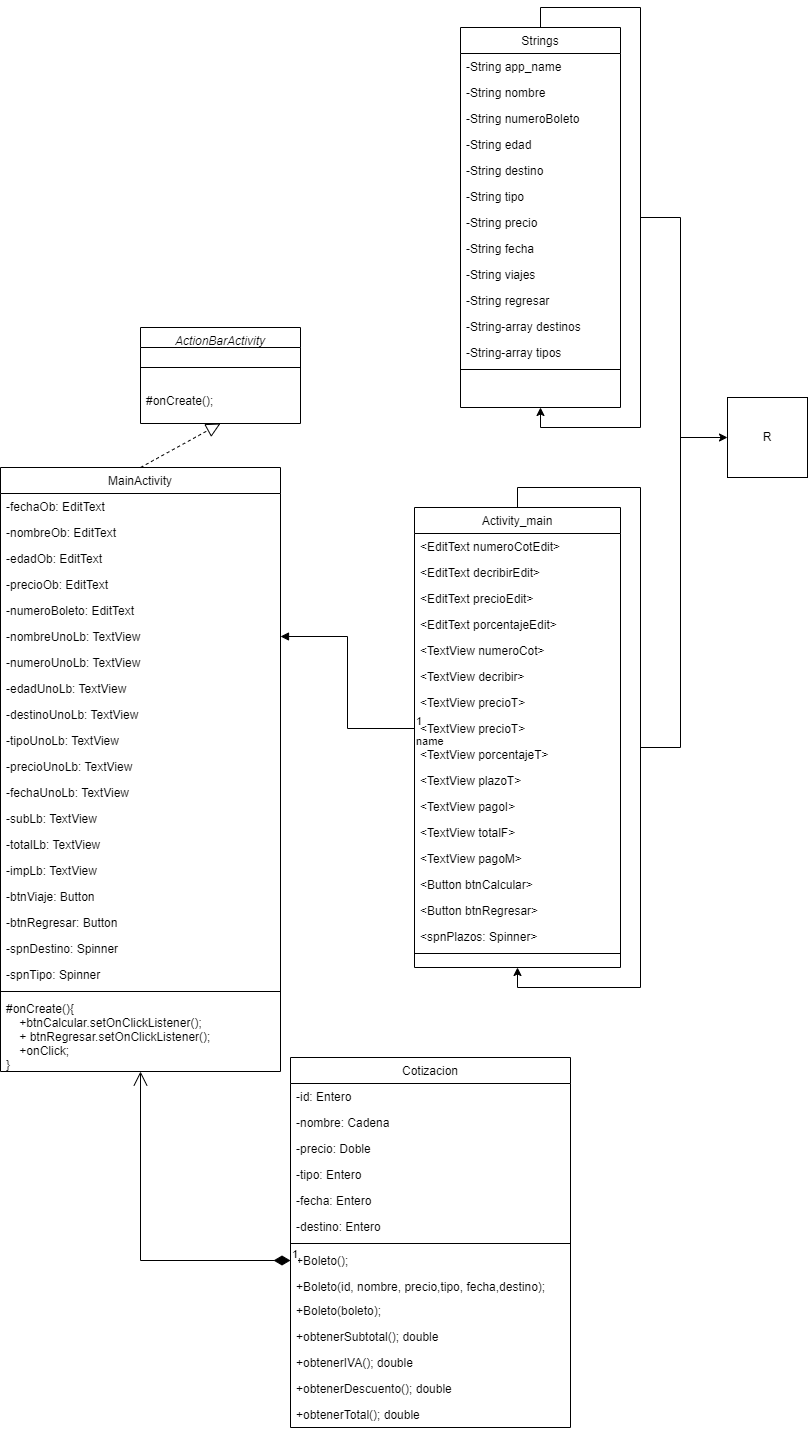
Before: DiagramaBoletos.drawio.png, a diagram exported from draw.io (eRick0191/BoletosApp). Source tidied: cells renumbered, new cells last; positions are measured from the earlier drawing's top-left corner, leaving out a move shared by most shapes.
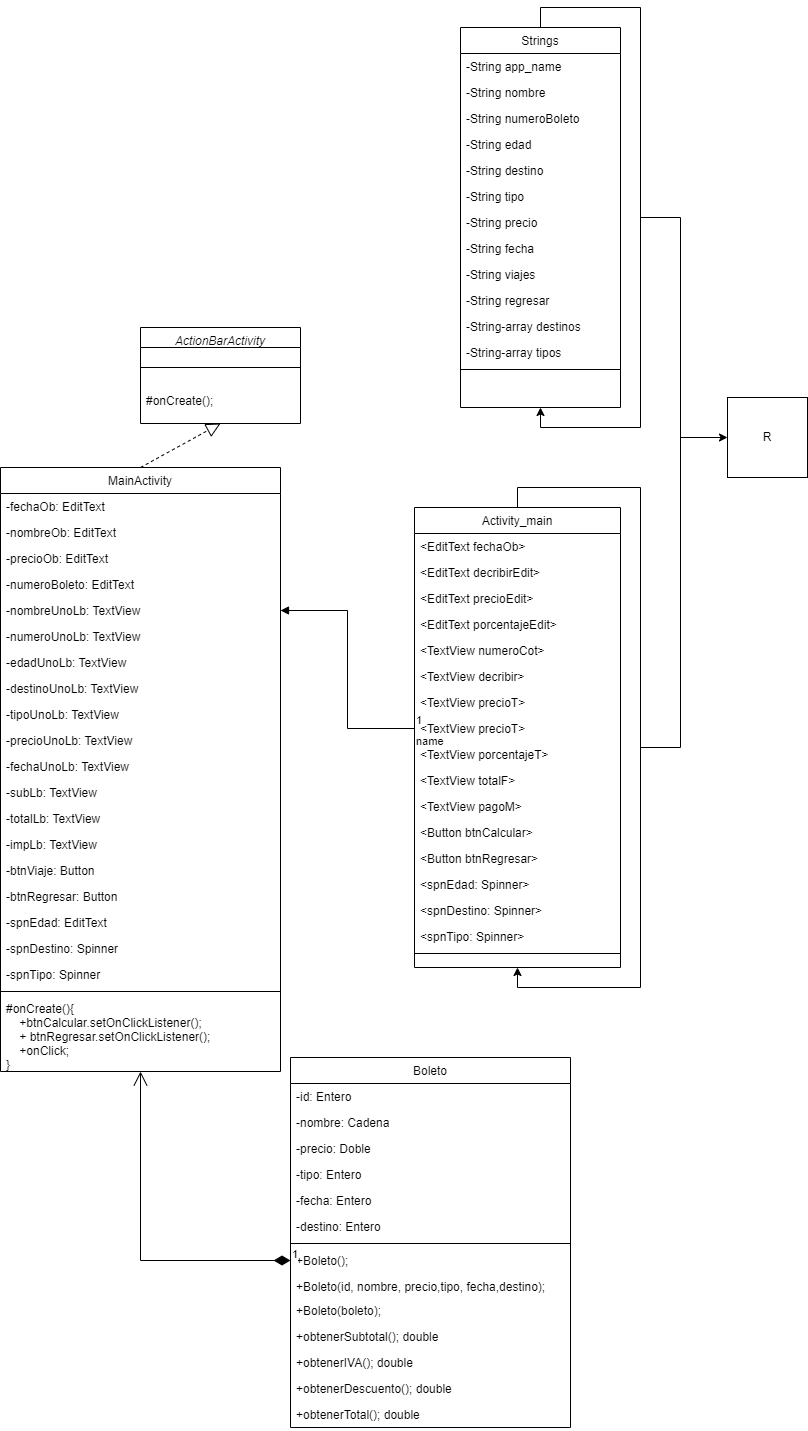
After the change.

Diff of the diagram source:
```diff
@@ -14,7 +14,7 @@
     <mxCell id="5" value="Activity_main" style="swimlane;fontStyle=0;align=center;verticalAlign=top;horizontal=1;startSize=26;rounded=0;shadow=0;strokeWidth=1;" parent="1" vertex="1">
       <mxGeometry x="414" y="480" width="206" height="460" as="geometry" />
     </mxCell>
-    <mxCell id="6" value="&lt;EditText numeroCotEdit&gt;" style="text;align=left;verticalAlign=top;spacingLeft=4;spacingRight=4;overflow=hidden;" parent="5" vertex="1">
+    <mxCell id="6" value="&lt;EditText fechaOb&gt;" style="text;align=left;verticalAlign=top;spacingLeft=4;spacingRight=4;overflow=hidden;" parent="5" vertex="1">
       <mxGeometry y="26" width="206" height="26" as="geometry" />
     </mxCell>
     <mxCell id="7" value="&lt;EditText decribirEdit&gt;" style="text;align=left;verticalAlign=top;spacingLeft=4;spacingRight=4;overflow=hidden;" parent="5" vertex="1">
@@ -41,31 +41,31 @@
     <mxCell id="14" value="&lt;TextView porcentajeT&gt;" style="text;align=left;verticalAlign=top;spacingLeft=4;spacingRight=4;overflow=hidden;" parent="5" vertex="1">
       <mxGeometry y="234" width="206" height="26" as="geometry" />
     </mxCell>
-    <mxCell id="15" value="&lt;TextView plazoT&gt;" style="text;align=left;verticalAlign=top;spacingLeft=4;spacingRight=4;overflow=hidden;" parent="5" vertex="1">
-      <mxGeometry y="260" width="206" height="26" as="geometry" />
-    </mxCell>
-    <mxCell id="16" value="&lt;TextView pagoI&gt;" style="text;align=left;verticalAlign=top;spacingLeft=4;spacingRight=4;overflow=hidden;" parent="5" vertex="1">
-      <mxGeometry y="286" width="206" height="26" as="geometry" />
-    </mxCell>
     <mxCell id="17" value="&lt;TextView totalF&gt;" style="text;align=left;verticalAlign=top;spacingLeft=4;spacingRight=4;overflow=hidden;" parent="5" vertex="1">
-      <mxGeometry y="312" width="206" height="26" as="geometry" />
+      <mxGeometry y="260" width="206" height="26" as="geometry" />
     </mxCell>
     <mxCell id="18" value="&lt;TextView pagoM&gt;" style="text;align=left;verticalAlign=top;spacingLeft=4;spacingRight=4;overflow=hidden;" parent="5" vertex="1">
-      <mxGeometry y="338" width="206" height="26" as="geometry" />
+      <mxGeometry y="286" width="206" height="26" as="geometry" />
     </mxCell>
     <mxCell id="19" value="&lt;Button btnCalcular&gt;" style="text;align=left;verticalAlign=top;spacingLeft=4;spacingRight=4;overflow=hidden;" parent="5" vertex="1">
-      <mxGeometry y="364" width="206" height="26" as="geometry" />
+      <mxGeometry y="312" width="206" height="26" as="geometry" />
     </mxCell>
     <mxCell id="20" value="&lt;Button btnRegresar&gt;" style="text;align=left;verticalAlign=top;spacingLeft=4;spacingRight=4;overflow=hidden;" parent="5" vertex="1">
-      <mxGeometry y="390" width="206" height="26" as="geometry" />
+      <mxGeometry y="338" width="206" height="26" as="geometry" />
     </mxCell>
-    <mxCell id="21" value="&lt;spnPlazos: Spinner&gt;" style="text;align=left;verticalAlign=top;spacingLeft=4;spacingRight=4;overflow=hidden;" parent="5" vertex="1">
-      <mxGeometry y="416" width="206" height="26" as="geometry" />
+    <mxCell id="21" value="&lt;spnEdad: Spinner&gt;" style="text;align=left;verticalAlign=top;spacingLeft=4;spacingRight=4;overflow=hidden;" parent="5" vertex="1">
+      <mxGeometry y="364" width="206" height="26" as="geometry" />
     </mxCell>
+    <mxCell id="86" value="&lt;spnDestino: Spinner&gt;" style="text;align=left;verticalAlign=top;spacingLeft=4;spacingRight=4;overflow=hidden;" parent="5" vertex="1">
+      <mxGeometry y="390" width="206" height="26" as="geometry" />
+    </mxCell>
+    <mxCell id="87" value="&lt;spnTipo: Spinner&gt;" style="text;align=left;verticalAlign=top;spacingLeft=4;spacingRight=4;overflow=hidden;" parent="5" vertex="1">
+      <mxGeometry y="416" width="206" height="26" as="geometry" />
+    </mxCell>
     <mxCell id="22" style="line;html=1;strokeWidth=1;align=left;verticalAlign=middle;spacingTop=-1;spacingLeft=3;spacingRight=3;labelPosition=right;" parent="5" vertex="1">
       <mxGeometry y="442" width="206" height="8" as="geometry" />
     </mxCell>
-    <mxCell id="23" value="Cotizacion" style="swimlane;fontStyle=0;align=center;verticalAlign=top;horizontal=1;startSize=26;rounded=0;shadow=0;strokeWidth=1;" parent="1" vertex="1">
+    <mxCell id="23" value="Boleto" style="swimlane;fontStyle=0;align=center;verticalAlign=top;horizontal=1;startSize=26;rounded=0;shadow=0;strokeWidth=1;" parent="1" vertex="1">
       <mxGeometry x="290" y="1030" width="280" height="370" as="geometry" />
     </mxCell>
     <mxCell id="24" value="-id: Entero" style="text;align=left;verticalAlign=top;spacingLeft=4;spacingRight=4;overflow=hidden;" parent="23" vertex="1">
@@ -119,51 +119,51 @@
     <mxCell id="40" value="-nombreOb: EditText" style="text;align=left;verticalAlign=top;spacingLeft=4;spacingRight=4;overflow=hidden;" parent="38" vertex="1">
       <mxGeometry y="52" width="280" height="26" as="geometry" />
     </mxCell>
-    <mxCell id="41" value="-edadOb: EditText" style="text;align=left;verticalAlign=top;spacingLeft=4;spacingRight=4;overflow=hidden;" parent="38" vertex="1">
-      <mxGeometry y="78" width="280" height="26" as="geometry" />
-    </mxCell>
     <mxCell id="42" value="-precioOb: EditText" style="text;align=left;verticalAlign=top;spacingLeft=4;spacingRight=4;overflow=hidden;" parent="38" vertex="1">
-      <mxGeometry y="104" width="280" height="26" as="geometry" />
+      <mxGeometry y="78" width="280" height="26" as="geometry" />
     </mxCell>
     <mxCell id="43" value="-numeroBoleto: EditText" style="text;align=left;verticalAlign=top;spacingLeft=4;spacingRight=4;overflow=hidden;" parent="38" vertex="1">
-      <mxGeometry y="130" width="280" height="26" as="geometry" />
+      <mxGeometry y="104" width="280" height="26" as="geometry" />
     </mxCell>
     <mxCell id="44" value="-nombreUnoLb: TextView" style="text;align=left;verticalAlign=top;spacingLeft=4;spacingRight=4;overflow=hidden;points=[[0,0.5],[1,0.5]];portConstraint=eastwest;" parent="38" vertex="1">
-      <mxGeometry y="156" width="280" height="26" as="geometry" />
+      <mxGeometry y="130" width="280" height="26" as="geometry" />
     </mxCell>
     <mxCell id="45" value="-numeroUnoLb: TextView" style="text;align=left;verticalAlign=top;spacingLeft=4;spacingRight=4;overflow=hidden;" parent="38" vertex="1">
-      <mxGeometry y="182" width="280" height="26" as="geometry" />
+      <mxGeometry y="156" width="280" height="26" as="geometry" />
     </mxCell>
     <mxCell id="46" value="-edadUnoLb: TextView" style="text;align=left;verticalAlign=top;spacingLeft=4;spacingRight=4;overflow=hidden;" parent="38" vertex="1">
-      <mxGeometry y="208" width="280" height="26" as="geometry" />
+      <mxGeometry y="182" width="280" height="26" as="geometry" />
     </mxCell>
     <mxCell id="47" value="-destinoUnoLb: TextView" style="text;align=left;verticalAlign=top;spacingLeft=4;spacingRight=4;overflow=hidden;" parent="38" vertex="1">
-      <mxGeometry y="234" width="280" height="26" as="geometry" />
+      <mxGeometry y="208" width="280" height="26" as="geometry" />
     </mxCell>
     <mxCell id="48" value="-tipoUnoLb: TextView" style="text;align=left;verticalAlign=top;spacingLeft=4;spacingRight=4;overflow=hidden;" parent="38" vertex="1">
-      <mxGeometry y="260" width="280" height="26" as="geometry" />
+      <mxGeometry y="234" width="280" height="26" as="geometry" />
     </mxCell>
     <mxCell id="49" value="-precioUnoLb: TextView" style="text;align=left;verticalAlign=top;spacingLeft=4;spacingRight=4;overflow=hidden;" parent="38" vertex="1">
-      <mxGeometry y="286" width="280" height="26" as="geometry" />
+      <mxGeometry y="260" width="280" height="26" as="geometry" />
     </mxCell>
     <mxCell id="50" value="-fechaUnoLb: TextView" style="text;align=left;verticalAlign=top;spacingLeft=4;spacingRight=4;overflow=hidden;" parent="38" vertex="1">
-      <mxGeometry y="312" width="280" height="26" as="geometry" />
+      <mxGeometry y="286" width="280" height="26" as="geometry" />
     </mxCell>
     <mxCell id="51" value="-subLb: TextView" style="text;align=left;verticalAlign=top;spacingLeft=4;spacingRight=4;overflow=hidden;" parent="38" vertex="1">
-      <mxGeometry y="338" width="280" height="26" as="geometry" />
+      <mxGeometry y="312" width="280" height="26" as="geometry" />
     </mxCell>
     <mxCell id="52" value="-totalLb: TextView" style="text;align=left;verticalAlign=top;spacingLeft=4;spacingRight=4;overflow=hidden;" parent="38" vertex="1">
-      <mxGeometry y="364" width="280" height="26" as="geometry" />
+      <mxGeometry y="338" width="280" height="26" as="geometry" />
     </mxCell>
     <mxCell id="53" value="-impLb: TextView" style="text;align=left;verticalAlign=top;spacingLeft=4;spacingRight=4;overflow=hidden;" parent="38" vertex="1">
-      <mxGeometry y="390" width="280" height="26" as="geometry" />
+      <mxGeometry y="364" width="280" height="26" as="geometry" />
     </mxCell>
     <mxCell id="54" value="-btnViaje: Button" style="text;align=left;verticalAlign=top;spacingLeft=4;spacingRight=4;overflow=hidden;" parent="38" vertex="1">
-      <mxGeometry y="416" width="280" height="26" as="geometry" />
+      <mxGeometry y="390" width="280" height="26" as="geometry" />
     </mxCell>
     <mxCell id="55" value="-btnRegresar: Button" style="text;align=left;verticalAlign=top;spacingLeft=4;spacingRight=4;overflow=hidden;" parent="38" vertex="1">
-      <mxGeometry y="442" width="280" height="26" as="geometry" />
+      <mxGeometry y="416" width="280" height="26" as="geometry" />
     </mxCell>
+    <mxCell id="41" value="-spnEdad: EditText" style="text;align=left;verticalAlign=top;spacingLeft=4;spacingRight=4;overflow=hidden;" parent="38" vertex="1">
+      <mxGeometry y="442" width="280" height="26" as="geometry" />
+    </mxCell>
     <mxCell id="56" value="-spnDestino: Spinner" style="text;align=left;verticalAlign=top;spacingLeft=4;spacingRight=4;overflow=hidden;" parent="38" vertex="1">
       <mxGeometry y="468" width="280" height="26" as="geometry" />
     </mxCell>
```
